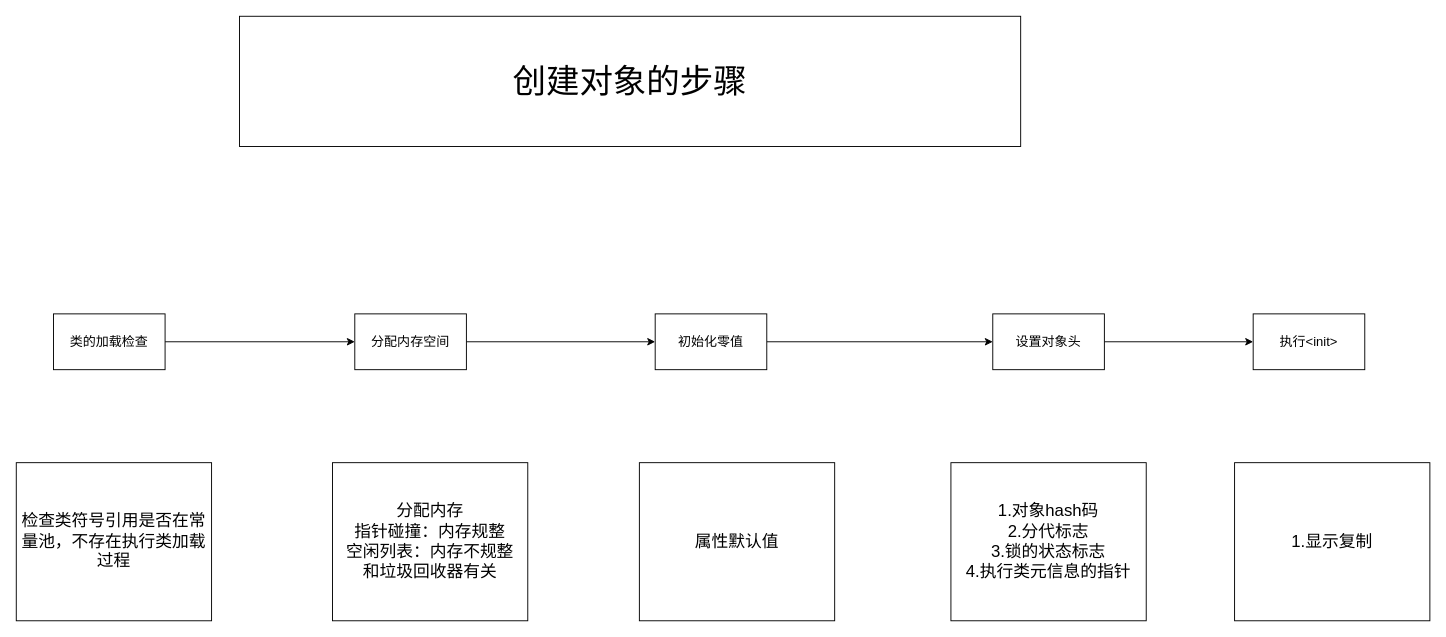
The draw.io diagram java/创建对象的步骤.drawio in Mr-chenyu-NJ/draw, before the edit. Source tidied: cells renumbered, new cells numbered last; positions are measured from the earlier drawing's top-left corner, leaving out a move shared by most shapes. Both pictures are drawn from the tidied source at 93%, with x=0, y=0 at pixel (16, 16).
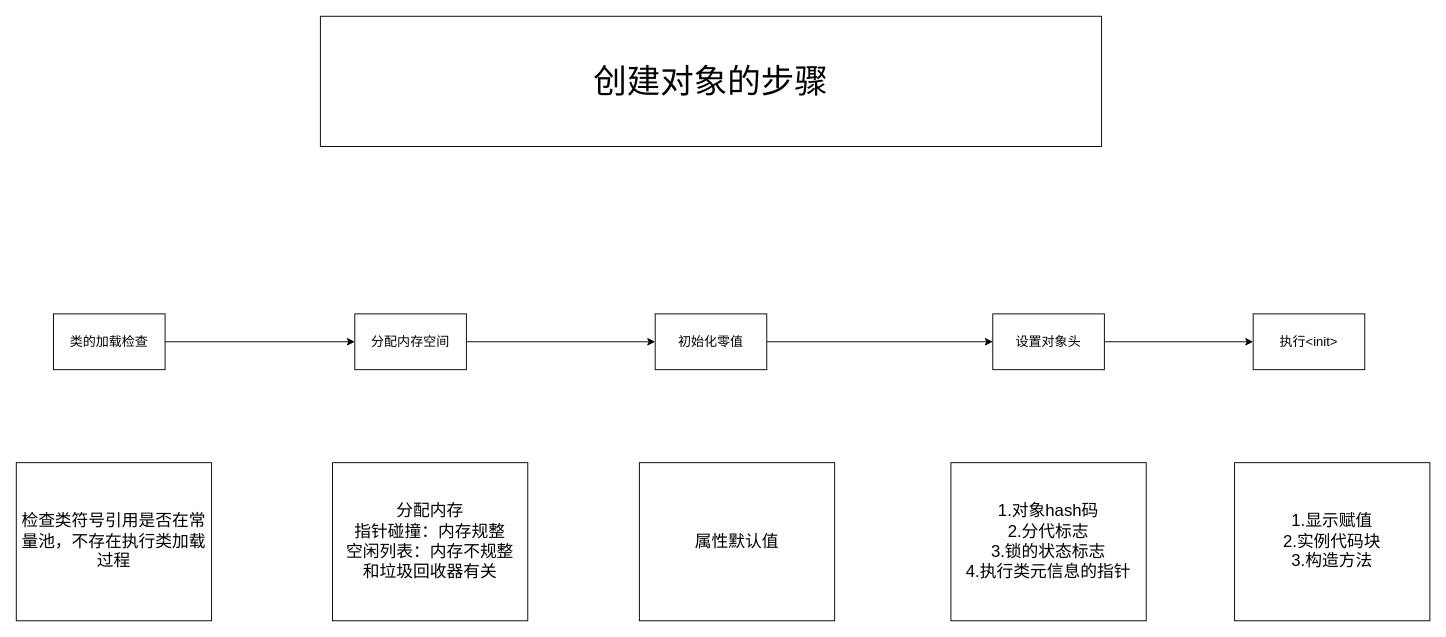
Above is the later version.

Commit message:
更新创建对象的步骤.drawio

Change to the diagram source:
```diff
@@
 <mxGraphModel>
   <root>
     <mxCell id="0" />
     <mxCell id="1" parent="0" />
     <mxCell id="2" value="&lt;font style=&quot;font-size: 36px;&quot;&gt;创建对象的步骤&lt;/font&gt;" style="rounded=0;whiteSpace=wrap;html=1;" parent="1" vertex="1">
-      <mxGeometry x="240" width="840" height="140" as="geometry" />
+      <mxGeometry x="327" width="840" height="140" as="geometry" />
     </mxCell>
     <mxCell id="3" style="edgeStyle=orthogonalEdgeStyle;rounded=0;jettySize=auto;html=1;exitX=1;exitY=0.5;exitDx=0;exitDy=0;entryX=0;entryY=0.5;entryDx=0;entryDy=0;" parent="1" edge="1" source="4" target="6">
       <mxGeometry relative="1" as="geometry" />
     </mxCell>
     <mxCell id="4" value="&lt;font style=&quot;font-size: 14px;&quot;&gt;类的加载检查&lt;/font&gt;" style="rounded=0;whiteSpace=wrap;html=1;" parent="1" vertex="1">
       <mxGeometry x="40" y="320" width="120" height="60" as="geometry" />
     </mxCell>
     <mxCell id="5" style="edgeStyle=orthogonalEdgeStyle;rounded=0;jettySize=auto;html=1;exitX=1;exitY=0.5;exitDx=0;exitDy=0;entryX=0;entryY=0.5;entryDx=0;entryDy=0;" parent="1" edge="1" source="6" target="8">
       <mxGeometry relative="1" as="geometry" />
     </mxCell>
     <mxCell id="6" value="&lt;font style=&quot;font-size: 14px;&quot;&gt;分配内存空间&lt;/font&gt;" style="rounded=0;whiteSpace=wrap;html=1;" parent="1" vertex="1">
       <mxGeometry x="364" y="320" width="120" height="60" as="geometry" />
     </mxCell>
     <mxCell id="7" style="edgeStyle=orthogonalEdgeStyle;rounded=0;jettySize=auto;html=1;exitX=1;exitY=0.5;exitDx=0;exitDy=0;entryX=0;entryY=0.5;entryDx=0;entryDy=0;" parent="1" edge="1" source="8" target="10">
       <mxGeometry relative="1" as="geometry" />
     </mxCell>
     <mxCell id="8" value="&lt;font style=&quot;font-size: 14px;&quot;&gt;初始化零值&lt;/font&gt;" style="rounded=0;whiteSpace=wrap;html=1;" parent="1" vertex="1">
       <mxGeometry x="687" y="320" width="120" height="60" as="geometry" />
     </mxCell>
     <mxCell id="9" style="edgeStyle=orthogonalEdgeStyle;rounded=0;jettySize=auto;html=1;exitX=1;exitY=0.5;exitDx=0;exitDy=0;entryX=0;entryY=0.5;entryDx=0;entryDy=0;" parent="1" edge="1" source="10" target="11">
       <mxGeometry relative="1" as="geometry" />
     </mxCell>
     <mxCell id="10" value="&lt;font style=&quot;font-size: 14px;&quot;&gt;设置对象头&lt;/font&gt;" style="rounded=0;whiteSpace=wrap;html=1;" parent="1" vertex="1">
       <mxGeometry x="1050" y="320" width="120" height="60" as="geometry" />
     </mxCell>
     <mxCell id="11" value="&lt;font style=&quot;font-size: 14px;&quot;&gt;执行&amp;lt;init&amp;gt;&lt;/font&gt;" style="rounded=0;whiteSpace=wrap;html=1;" parent="1" vertex="1">
       <mxGeometry x="1330" y="320" width="120" height="60" as="geometry" />
     </mxCell>
     <mxCell id="12" value="&lt;font style=&quot;font-size: 18px;&quot;&gt;检查类符号引用是否在常量池，不存在执行类加载过程&lt;/font&gt;" style="rounded=0;whiteSpace=wrap;html=1;" parent="1" vertex="1">
       <mxGeometry y="480" width="210" height="170" as="geometry" />
     </mxCell>
     <mxCell id="13" value="&lt;font style=&quot;font-size: 18px;&quot;&gt;分配内存&lt;/font&gt;&lt;div&gt;&lt;font style=&quot;font-size: 18px;&quot;&gt;指针碰撞：内存规整&lt;/font&gt;&lt;/div&gt;&lt;div&gt;&lt;font style=&quot;font-size: 18px;&quot;&gt;空闲列表：内存不规整&lt;/font&gt;&lt;/div&gt;&lt;div&gt;&lt;font style=&quot;font-size: 18px;&quot;&gt;和垃圾回收器有关&lt;/font&gt;&lt;/div&gt;" style="rounded=0;whiteSpace=wrap;html=1;" parent="1" vertex="1">
       <mxGeometry x="340" y="480" width="210" height="170" as="geometry" />
     </mxCell>
     <mxCell id="14" value="&lt;span style=&quot;font-size: 18px;&quot;&gt;属性默认值&lt;/span&gt;" style="rounded=0;whiteSpace=wrap;html=1;" parent="1" vertex="1">
       <mxGeometry x="670" y="480" width="210" height="170" as="geometry" />
     </mxCell>
     <mxCell id="15" value="&lt;span style=&quot;font-size: 18px;&quot;&gt;1.对象hash码&lt;/span&gt;&lt;div&gt;&lt;span style=&quot;font-size: 18px;&quot;&gt;2.分代标志&lt;/span&gt;&lt;/div&gt;&lt;div&gt;&lt;span style=&quot;font-size: 18px;&quot;&gt;3.锁的状态标志&lt;/span&gt;&lt;/div&gt;&lt;div&gt;&lt;span style=&quot;font-size: 18px;&quot;&gt;4.执行类元信息的指针&lt;/span&gt;&lt;/div&gt;" style="rounded=0;whiteSpace=wrap;html=1;" parent="1" vertex="1">
       <mxGeometry x="1005" y="480" width="210" height="170" as="geometry" />
     </mxCell>
-    <mxCell id="16" value="&lt;span style=&quot;font-size: 18px;&quot;&gt;1.显示复制&lt;/span&gt;" style="rounded=0;whiteSpace=wrap;html=1;" parent="1" vertex="1">
+    <mxCell id="16" value="&lt;span style=&quot;font-size: 18px;&quot;&gt;1.显示赋值&lt;/span&gt;&lt;div&gt;&lt;span style=&quot;font-size: 18px;&quot;&gt;2.实例代码块&lt;/span&gt;&lt;/div&gt;&lt;div&gt;&lt;span style=&quot;font-size: 18px;&quot;&gt;3.构造方法&lt;/span&gt;&lt;/div&gt;" style="rounded=0;whiteSpace=wrap;html=1;" parent="1" vertex="1">
       <mxGeometry x="1310" y="480" width="210" height="170" as="geometry" />
     </mxCell>
   </root>
 </mxGraphModel>
```
